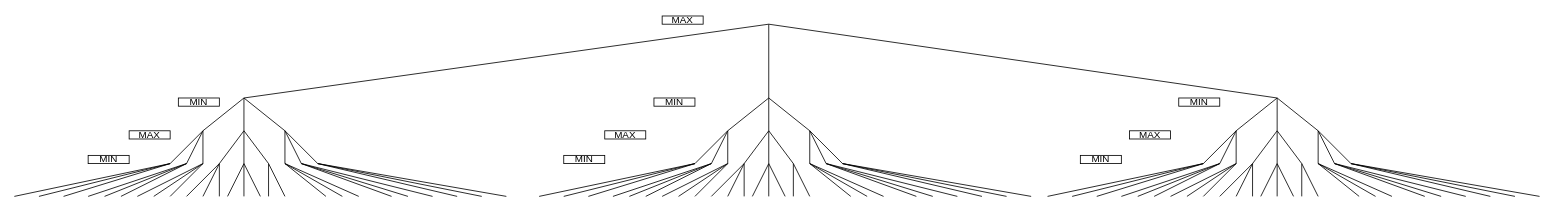
Earlier version of the draw.io diagram Untitled Diagram.drawio (ODweijishu/Java). Source tidied: cells renumbered, new cells numbered last; positions are measured from the earlier drawing's top-left corner, leaving out a move shared by most shapes. Both pictures are drawn from the tidied source at 82%, with x=0, y=0 at pixel (14, 16).
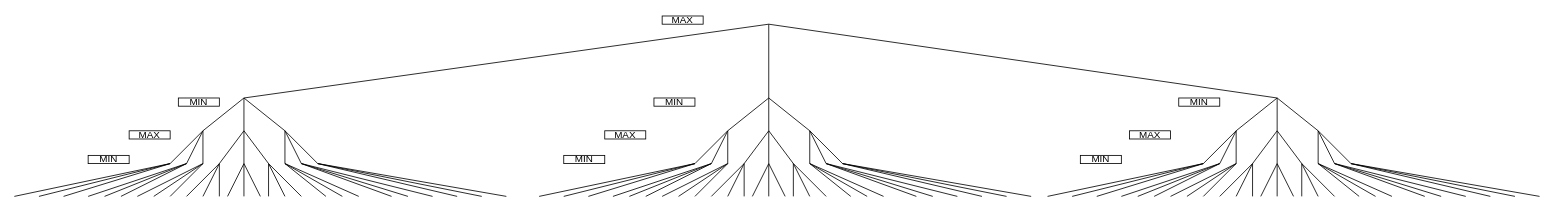
The same diagram, later.

What changed in the source:
```diff
@@
+    <mxCell id="129" style="endArrow=none;html=1;rounded=0;" parent="1" edge="1">
+      <mxGeometry relative="1" as="geometry">
+        <mxPoint x="350" y="220" as="sourcePoint" />
+        <mxPoint x="310" y="180" as="targetPoint" />
+      </mxGeometry>
+    </mxCell>
+    <mxCell id="130" style="endArrow=none;html=1;rounded=0;" parent="1" edge="1">
+      <mxGeometry relative="1" as="geometry">
+        <mxPoint x="990" y="220" as="sourcePoint" />
+        <mxPoint x="950" y="180" as="targetPoint" />
+      </mxGeometry>
+    </mxCell>
+    <mxCell id="131" style="endArrow=none;html=1;rounded=0;" parent="1" edge="1">
+      <mxGeometry relative="1" as="geometry">
+        <mxPoint x="1610" y="220" as="sourcePoint" />
+        <mxPoint x="1570" y="180" as="targetPoint" />
+      </mxGeometry>
+    </mxCell>
```
